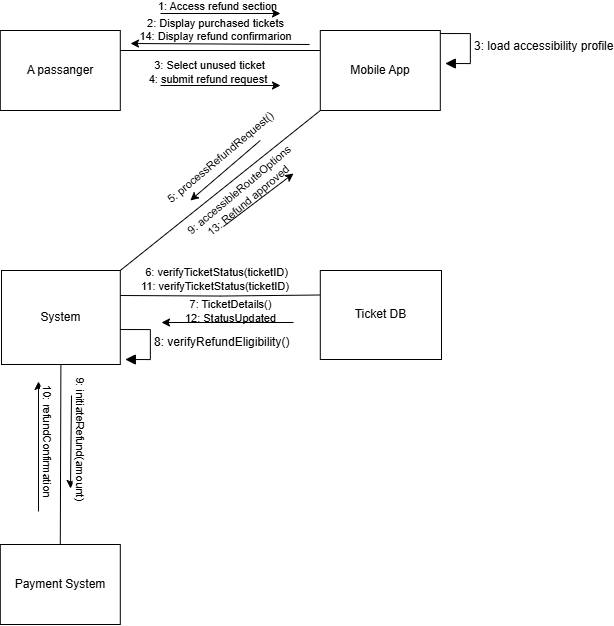
This is CommunicationDiagrams/CommunicationDiagramScenario7.png from inviona/Software-Engineering-Analysis-and-Design-Project, a draw.io export, as it was before one commit. Source tidied: cells renumbered, new cells last; positions are measured from the earlier drawing's top-left corner, leaving out a move shared by most shapes.
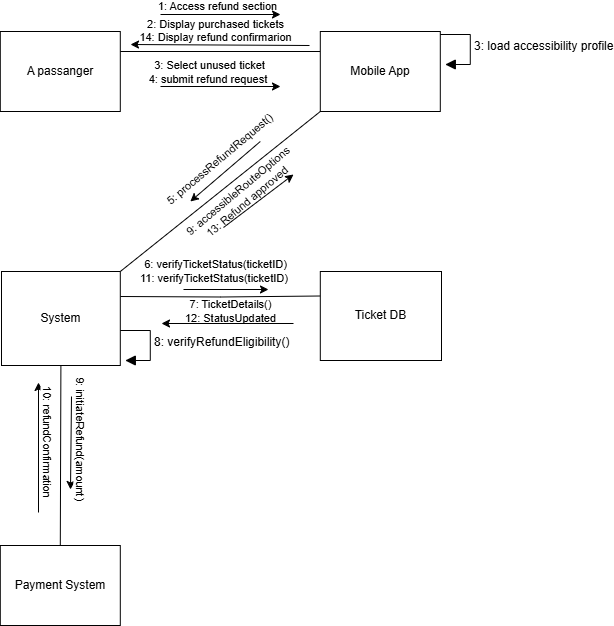
After the commit.

Commit message:
communication diagram added

The edit, as a diff of the source:
```diff
@@ -71,9 +71,9 @@
         <mxPoint x="268" y="275" as="targetPoint" />
       </mxGeometry>
     </mxCell>
-    <mxCell id="17" value="6: verifyTicketStatus(ticketID)&lt;div&gt;11:&amp;nbsp;&lt;span style=&quot;background-color: light-dark(#ffffff, var(--ge-dark-color, #121212)); color: light-dark(rgb(0, 0, 0), rgb(255, 255, 255));&quot;&gt;verifyTicketStatus(ticketID)&lt;/span&gt;&lt;span style=&quot;background-color: light-dark(#ffffff, var(--ge-dark-color, #121212)); color: light-dark(rgb(0, 0, 0), rgb(255, 255, 255));&quot;&gt;&amp;nbsp;&lt;/span&gt;&lt;/div&gt;" style="edgeLabel;html=1;align=center;verticalAlign=middle;rotation=0;" parent="16" vertex="1">
+    <mxCell id="17" value="6: verifyTicketStatus(ticketID)&lt;div&gt;11:&amp;nbsp;&lt;span style=&quot;color: light-dark(rgb(0, 0, 0), rgb(255, 255, 255));&quot;&gt;verifyTicketStatus(ticketID)&lt;/span&gt;&lt;span style=&quot;color: light-dark(rgb(0, 0, 0), rgb(255, 255, 255));&quot;&gt;&amp;nbsp;&lt;/span&gt;&lt;/div&gt;" style="edgeLabel;html=1;align=center;verticalAlign=middle;rotation=0;labelBackgroundColor=none;" parent="16" vertex="1">
       <mxGeometry x="0.22" y="1" relative="1" as="geometry">
-        <mxPoint x="-20" y="-9" as="offset" />
+        <mxPoint x="-20" y="-17" as="offset" />
       </mxGeometry>
     </mxCell>
     <mxCell id="18" style="endArrow=none;html=1;rounded=0;startFill=1;startArrow=classic;endFill=1;" parent="1" edge="1">
```
